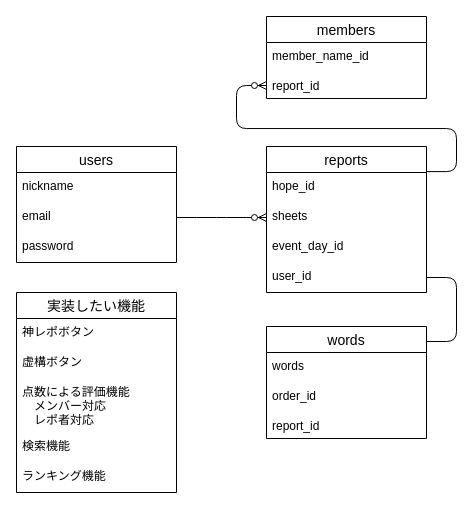
Above: handshare.dio in koyama1058/handshare (draw.io), before the change. Source tidied: cells renumbered, new cells numbered last; positions are measured from the earlier drawing's top-left corner, leaving out a move shared by most shapes. Both pictures are drawn from the tidied source at 100%, with x=0, y=0 at pixel (16, 16).
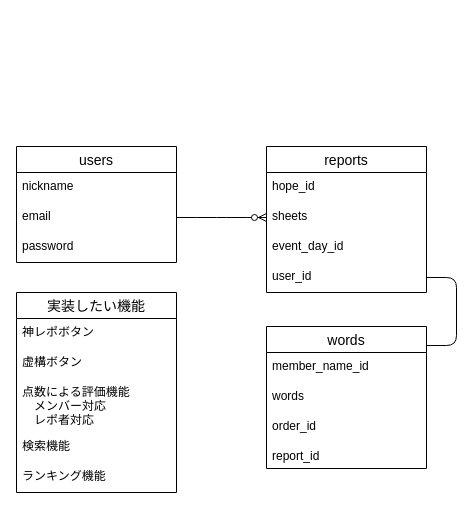
Above is the later version.

Commit message:
DB設計の変更

Unchanged cells that the change refers to:
```xml
<mxCell id="2" value="reports" style="swimlane;fontStyle=0;horizontal=1;startSize=26;align=center;fontSize=14;" parent="1" vertex="1">
  <mxGeometry x="250" y="130" width="160" height="146" as="geometry" />
</mxCell>
```

Diff of the diagram source:
```diff
@@
-    <mxCell id="8" value="members" style="swimlane;fontStyle=0;horizontal=1;startSize=26;align=center;fontSize=14;" parent="1" vertex="1">
-      <mxGeometry x="250" width="160" height="82" as="geometry" />
-    </mxCell>
-    <mxCell id="9" style="edgeStyle=entityRelationEdgeStyle;fontSize=12;html=1;endArrow=ERzeroToMany;endFill=1;exitX=1;exitY=0.172;exitDx=0;exitDy=0;exitPerimeter=0;" parent="8" edge="1" source="2">
-      <mxGeometry relative="1" as="geometry">
-        <mxPoint y="69" as="targetPoint" />
-      </mxGeometry>
-    </mxCell>
-    <mxCell id="10" value="member_name_id" style="text;strokeColor=none;fillColor=none;spacingLeft=4;spacingRight=4;overflow=hidden;fontSize=12;" parent="8" vertex="1">
-      <mxGeometry y="26" width="160" height="30" as="geometry" />
-    </mxCell>
-    <mxCell id="11" value="report_id" style="text;strokeColor=none;fillColor=none;spacingLeft=4;spacingRight=4;overflow=hidden;fontSize=12;" parent="8" vertex="1">
-      <mxGeometry y="56" width="160" height="26" as="geometry" />
-    </mxCell>
@@
     <mxCell id="13" value="words" style="swimlane;fontStyle=0;horizontal=1;startSize=26;align=center;fontSize=14;" parent="1" vertex="1">
-      <mxGeometry x="250" y="310" width="160" height="112" as="geometry" />
+      <mxGeometry x="250" y="310" width="160" height="142" as="geometry" />
     </mxCell>
+    <mxCell id="10" value="member_name_id" style="text;strokeColor=none;fillColor=none;spacingLeft=4;spacingRight=4;overflow=hidden;fontSize=12;" parent="13" vertex="1">
+      <mxGeometry y="26" width="160" height="30" as="geometry" />
+    </mxCell>
     <mxCell id="14" value="words" style="text;strokeColor=none;fillColor=none;spacingLeft=4;spacingRight=4;overflow=hidden;fontSize=12;" parent="13" vertex="1">
-      <mxGeometry y="26" width="160" height="30" as="geometry" />
+      <mxGeometry y="56" width="160" height="30" as="geometry" />
     </mxCell>
     <mxCell id="15" value="order_id&#10;" style="text;strokeColor=none;fillColor=none;spacingLeft=4;spacingRight=4;overflow=hidden;fontSize=12;" parent="13" vertex="1">
-      <mxGeometry y="56" width="160" height="30" as="geometry" />
+      <mxGeometry y="86" width="160" height="30" as="geometry" />
     </mxCell>
     <mxCell id="16" value="report_id" style="text;strokeColor=none;fillColor=none;spacingLeft=4;spacingRight=4;overflow=hidden;fontSize=12;" parent="13" vertex="1">
-      <mxGeometry y="86" width="160" height="26" as="geometry" />
+      <mxGeometry y="116" width="160" height="26" as="geometry" />
     </mxCell>
```
